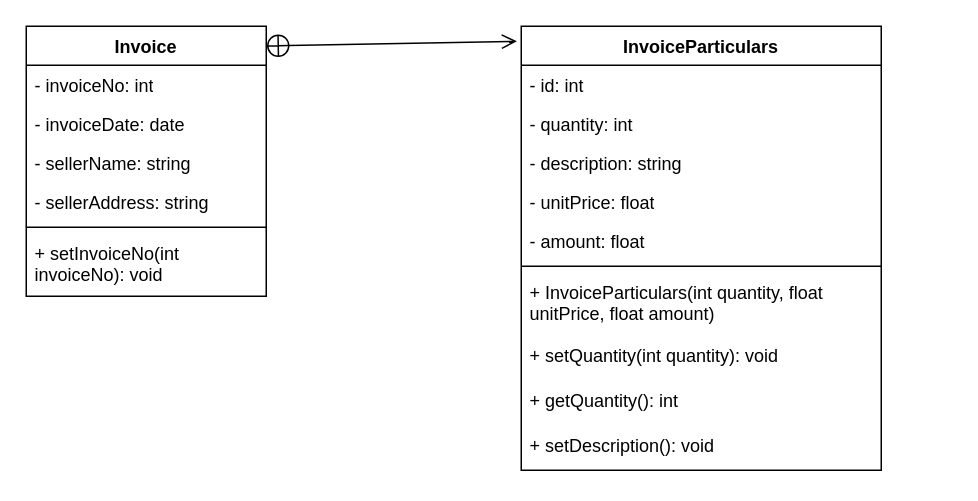
onlits-learning-solutions/ols2402 keeps this draw.io diagram as uml/invoice.drawio. Above is the earlier version. Source tidied: cells renumbered, new cells numbered last; positions are measured from the earlier drawing's top-left corner, leaving out a move shared by most shapes. Both pictures are drawn from the tidied source at 150%, with x=0, y=0 at pixel (26, 26).
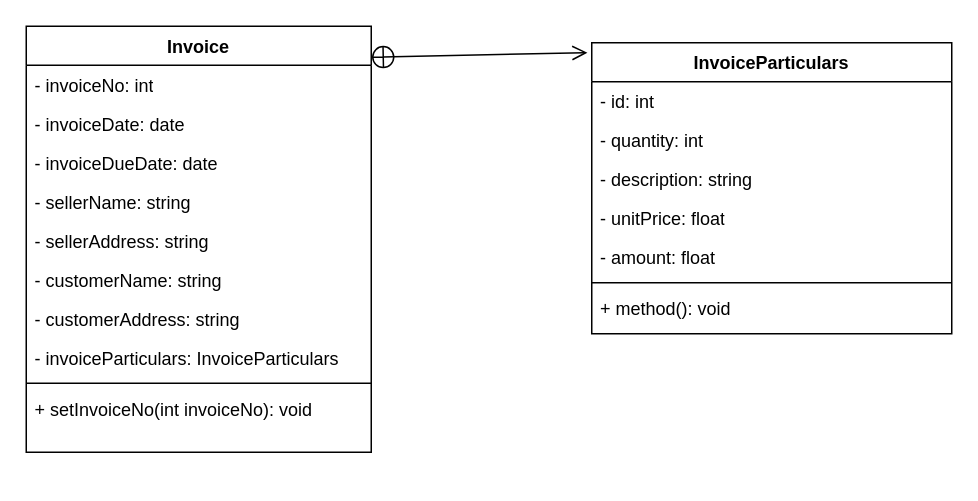
Above is the later version.

What changed in the source:
```diff
@@
     <mxCell id="2" value="Invoice" style="swimlane;fontStyle=1;align=center;verticalAlign=top;horizontal=1;startSize=26;whiteSpace=wrap;html=1;" parent="1" vertex="1">
-      <mxGeometry width="160" height="180" as="geometry" />
+      <mxGeometry width="230" height="284" as="geometry" />
     </mxCell>
     <mxCell id="3" value="- invoiceNo: int" style="text;strokeColor=none;fillColor=none;align=left;verticalAlign=top;spacingLeft=4;spacingRight=4;overflow=hidden;whiteSpace=wrap;html=1;" parent="2" vertex="1">
-      <mxGeometry y="26" width="160" height="26" as="geometry" />
+      <mxGeometry y="26" width="230" height="26" as="geometry" />
     </mxCell>
     <mxCell id="4" value="- invoiceDate: date" style="text;strokeColor=none;fillColor=none;align=left;verticalAlign=top;spacingLeft=4;spacingRight=4;overflow=hidden;whiteSpace=wrap;html=1;" parent="2" vertex="1">
-      <mxGeometry y="52" width="160" height="26" as="geometry" />
+      <mxGeometry y="52" width="230" height="26" as="geometry" />
     </mxCell>
+    <mxCell id="21" value="- invoiceDueDate: date" style="text;strokeColor=none;fillColor=none;align=left;verticalAlign=top;spacingLeft=4;spacingRight=4;overflow=hidden;whiteSpace=wrap;html=1;" parent="2" vertex="1">
+      <mxGeometry y="78" width="230" height="26" as="geometry" />
+    </mxCell>
     <mxCell id="5" value="- sellerName: string" style="text;strokeColor=none;fillColor=none;align=left;verticalAlign=top;spacingLeft=4;spacingRight=4;overflow=hidden;whiteSpace=wrap;html=1;" parent="2" vertex="1">
-      <mxGeometry y="78" width="160" height="26" as="geometry" />
+      <mxGeometry y="104" width="230" height="26" as="geometry" />
     </mxCell>
     <mxCell id="6" value="- sellerAddress: string" style="text;strokeColor=none;fillColor=none;align=left;verticalAlign=top;spacingLeft=4;spacingRight=4;overflow=hidden;whiteSpace=wrap;html=1;" parent="2" vertex="1">
-      <mxGeometry y="104" width="160" height="26" as="geometry" />
+      <mxGeometry y="130" width="230" height="26" as="geometry" />
     </mxCell>
+    <mxCell id="22" value="- customerName: string" style="text;strokeColor=none;fillColor=none;align=left;verticalAlign=top;spacingLeft=4;spacingRight=4;overflow=hidden;whiteSpace=wrap;html=1;" parent="2" vertex="1">
+      <mxGeometry y="156" width="230" height="26" as="geometry" />
+    </mxCell>
+    <mxCell id="23" value="- customerAddress: string" style="text;strokeColor=none;fillColor=none;align=left;verticalAlign=top;spacingLeft=4;spacingRight=4;overflow=hidden;whiteSpace=wrap;html=1;" parent="2" vertex="1">
+      <mxGeometry y="182" width="230" height="26" as="geometry" />
+    </mxCell>
+    <mxCell id="24" value="- invoiceParticulars: InvoiceParticulars" style="text;strokeColor=none;fillColor=none;align=left;verticalAlign=top;spacingLeft=4;spacingRight=4;overflow=hidden;whiteSpace=wrap;html=1;" parent="2" vertex="1">
+      <mxGeometry y="208" width="230" height="26" as="geometry" />
+    </mxCell>
     <mxCell id="7" style="line;strokeWidth=1;fillColor=none;align=left;verticalAlign=middle;spacingTop=-1;spacingLeft=3;spacingRight=3;labelPosition=right;strokeColor=inherit;" parent="2" vertex="1">
-      <mxGeometry y="130" width="160" height="8" as="geometry" />
+      <mxGeometry y="234" width="230" height="8" as="geometry" />
     </mxCell>
     <mxCell id="8" value="+ setInvoiceNo(int invoiceNo): void" style="text;strokeColor=none;fillColor=none;align=left;verticalAlign=top;spacingLeft=4;spacingRight=4;overflow=hidden;whiteSpace=wrap;html=1;" parent="2" vertex="1">
-      <mxGeometry y="138" width="160" height="42" as="geometry" />
+      <mxGeometry y="242" width="230" height="42" as="geometry" />
     </mxCell>
     <mxCell id="9" value="InvoiceParticulars" style="swimlane;fontStyle=1;align=center;verticalAlign=top;horizontal=1;startSize=26;whiteSpace=wrap;html=1;" parent="1" vertex="1">
-      <mxGeometry x="330" width="240" height="296" as="geometry" />
+      <mxGeometry x="377" y="11" width="240" height="194" as="geometry" />
     </mxCell>
@@
-    <mxCell id="16" value="+ InvoiceParticulars(int quantity, float unitPrice, float amount)" style="text;strokeColor=none;fillColor=none;align=left;verticalAlign=top;spacingLeft=4;spacingRight=4;overflow=hidden;whiteSpace=wrap;html=1;" parent="9" vertex="1">
-      <mxGeometry y="164" width="240" height="42" as="geometry" />
-    </mxCell>
-    <mxCell id="17" value="+ setQuantity(int quantity): void" style="text;strokeColor=none;fillColor=none;align=left;verticalAlign=top;spacingLeft=4;spacingRight=4;overflow=hidden;whiteSpace=wrap;html=1;" parent="9" vertex="1">
-      <mxGeometry y="206" width="240" height="30" as="geometry" />
-    </mxCell>
-    <mxCell id="18" value="+ getQuantity(): int" style="text;strokeColor=none;fillColor=none;align=left;verticalAlign=top;spacingLeft=4;spacingRight=4;overflow=hidden;whiteSpace=wrap;html=1;" parent="9" vertex="1">
-      <mxGeometry y="236" width="240" height="30" as="geometry" />
-    </mxCell>
-    <mxCell id="19" value="+ setDescription(): void" style="text;strokeColor=none;fillColor=none;align=left;verticalAlign=top;spacingLeft=4;spacingRight=4;overflow=hidden;whiteSpace=wrap;html=1;" parent="9" vertex="1">
-      <mxGeometry y="266" width="240" height="30" as="geometry" />
+    <mxCell id="19" value="+ method(): void" style="text;strokeColor=none;fillColor=none;align=left;verticalAlign=top;spacingLeft=4;spacingRight=4;overflow=hidden;whiteSpace=wrap;html=1;" parent="9" vertex="1">
+      <mxGeometry y="164" width="240" height="30" as="geometry" />
     </mxCell>
```
